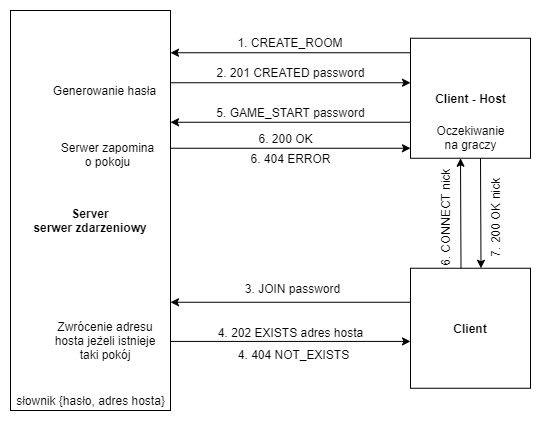
Earlier version of the draw.io export docs/Diagram komunikacji serwer-klient.png (PituchaAleksander/country-city_game). Source tidied: cells renumbered, new cells last; positions are measured from the earlier drawing's top-left corner, leaving out a move shared by most shapes. Its diagram source:
```xml
<mxGraphModel>
  <root>
    <mxCell id="0" />
    <mxCell id="1" parent="0" />
    <mxCell id="2" style="rounded=0;whiteSpace=wrap;html=1;" parent="1" vertex="1">
      <mxGeometry width="160" height="400" as="geometry" />
    </mxCell>
    <mxCell id="3" style="edgeStyle=none;rounded=0;orthogonalLoop=1;jettySize=auto;html=1;" parent="1" edge="1">
      <mxGeometry relative="1" as="geometry">
        <mxPoint x="400" y="42.2" as="sourcePoint" />
        <mxPoint x="160" y="42.2" as="targetPoint" />
      </mxGeometry>
    </mxCell>
    <mxCell id="4" style="whiteSpace=wrap;html=1;" parent="1" vertex="1">
      <mxGeometry x="400" y="27.8" width="120" height="120" as="geometry" />
    </mxCell>
    <mxCell id="5" value="1. CREATE_ROOM" style="text;html=1;strokeColor=none;fillColor=none;align=center;verticalAlign=middle;whiteSpace=wrap;rounded=0;" parent="1" vertex="1">
      <mxGeometry x="220" y="22.2" width="120" height="20" as="geometry" />
    </mxCell>
    <mxCell id="6" value="&lt;b&gt;Client - Host&lt;/b&gt;" style="text;html=1;strokeColor=none;fillColor=none;align=center;verticalAlign=middle;whiteSpace=wrap;rounded=0;" parent="1" vertex="1">
      <mxGeometry x="417.5" y="77.8" width="85" height="20" as="geometry" />
    </mxCell>
    <mxCell id="7" style="edgeStyle=none;rounded=0;orthogonalLoop=1;jettySize=auto;html=1;" parent="1" edge="1">
      <mxGeometry relative="1" as="geometry">
        <mxPoint x="160" y="72.2" as="sourcePoint" />
        <mxPoint x="400" y="72.2" as="targetPoint" />
      </mxGeometry>
    </mxCell>
    <mxCell id="8" value="&lt;b&gt;Server&lt;br&gt;serwer zdarzeniowy&lt;br&gt;&lt;/b&gt;" style="text;html=1;strokeColor=none;fillColor=none;align=center;verticalAlign=middle;whiteSpace=wrap;rounded=0;glass=0;sketch=0;shadow=0;" parent="1" vertex="1">
      <mxGeometry x="15" y="200" width="130" height="20" as="geometry" />
    </mxCell>
    <mxCell id="9" value="2. 201 CREATED password" style="text;html=1;align=center;verticalAlign=middle;strokeColor=none;" parent="1" vertex="1">
      <mxGeometry x="200" y="52.2" width="160" height="20" as="geometry" />
    </mxCell>
    <mxCell id="10" value="Generowanie hasła" style="text;html=1;strokeColor=none;fillColor=none;align=center;verticalAlign=middle;whiteSpace=wrap;rounded=0;" parent="1" vertex="1">
      <mxGeometry x="24" y="65" width="141" height="30" as="geometry" />
    </mxCell>
    <mxCell id="11" style="edgeStyle=none;rounded=0;orthogonalLoop=1;jettySize=auto;html=1;" parent="1" edge="1">
      <mxGeometry relative="1" as="geometry">
        <mxPoint x="400" y="111.8" as="sourcePoint" />
        <mxPoint x="160" y="111.8" as="targetPoint" />
      </mxGeometry>
    </mxCell>
    <mxCell id="12" value="5. GAME_START password" style="text;html=1;align=center;verticalAlign=middle;strokeColor=none;" parent="1" vertex="1">
      <mxGeometry x="200" y="91.8" width="160" height="20" as="geometry" />
    </mxCell>
    <mxCell id="13" style="edgeStyle=orthogonalEdgeStyle;rounded=0;orthogonalLoop=1;jettySize=auto;html=1;exitX=0.5;exitY=1;exitDx=0;exitDy=0;" parent="1" edge="1" source="10" target="10">
      <mxGeometry relative="1" as="geometry" />
    </mxCell>
    <mxCell id="14" value="Serwer zapomina o pokoju" style="text;html=1;strokeColor=none;fillColor=none;align=center;verticalAlign=middle;whiteSpace=wrap;rounded=0;" parent="1" vertex="1">
      <mxGeometry x="44.5" y="134" width="105" height="20" as="geometry" />
    </mxCell>
    <mxCell id="15" style="whiteSpace=wrap;html=1;" parent="1" vertex="1">
      <mxGeometry x="400" y="257.8" width="120" height="120" as="geometry" />
    </mxCell>
    <mxCell id="16" value="&lt;b&gt;Client&lt;/b&gt;" style="text;html=1;strokeColor=none;fillColor=none;align=center;verticalAlign=middle;whiteSpace=wrap;rounded=0;" parent="1" vertex="1">
      <mxGeometry x="425" y="307.8" width="70" height="20" as="geometry" />
    </mxCell>
    <mxCell id="17" value="3. JOIN password" style="text;html=1;strokeColor=none;fillColor=none;align=center;verticalAlign=middle;whiteSpace=wrap;rounded=0;" parent="1" vertex="1">
      <mxGeometry x="225" y="267.8" width="115" height="20" as="geometry" />
    </mxCell>
    <mxCell id="18" style="edgeStyle=none;rounded=0;orthogonalLoop=1;jettySize=auto;html=1;" parent="1" edge="1">
      <mxGeometry relative="1" as="geometry">
        <mxPoint x="400" y="291.8" as="sourcePoint" />
        <mxPoint x="160" y="291.8" as="targetPoint" />
      </mxGeometry>
    </mxCell>
    <mxCell id="19" style="edgeStyle=none;rounded=0;orthogonalLoop=1;jettySize=auto;html=1;" parent="1" edge="1">
      <mxGeometry relative="1" as="geometry">
        <mxPoint x="160" y="330.9" as="sourcePoint" />
        <mxPoint x="400" y="330.9" as="targetPoint" />
      </mxGeometry>
    </mxCell>
    <mxCell id="20" value="4. 202 EXISTS adres hosta" style="text;html=1;align=center;verticalAlign=middle;strokeColor=none;" parent="1" vertex="1">
      <mxGeometry x="200" y="311.8" width="160" height="20" as="geometry" />
    </mxCell>
    <mxCell id="21" value="Zwrócenie adresu hosta jeżeli istnieje taki pokój" style="text;html=1;strokeColor=none;fillColor=none;align=center;verticalAlign=middle;whiteSpace=wrap;rounded=0;" parent="1" vertex="1">
      <mxGeometry x="34.5" y="320" width="120" height="20" as="geometry" />
    </mxCell>
    <mxCell id="22" value="słownik {hasło, adres hosta}" style="text;html=1;align=center;verticalAlign=middle;strokeColor=none;" parent="1" vertex="1">
      <mxGeometry y="380" width="160" height="20" as="geometry" />
    </mxCell>
    <mxCell id="23" value="&lt;font&gt;&lt;font style=&quot;font-size: 12px&quot;&gt;6. CONNECT nick&lt;/font&gt;&lt;br&gt;&lt;/font&gt;" style="text;html=1;align=center;verticalAlign=middle;strokeColor=none;rotation=-90;" parent="1" vertex="1">
      <mxGeometry x="380" y="197.8" width="110" height="20" as="geometry" />
    </mxCell>
    <mxCell id="24" style="edgeStyle=none;rounded=0;orthogonalLoop=1;jettySize=auto;html=1;" parent="1" edge="1">
      <mxGeometry relative="1" as="geometry">
        <mxPoint x="470" y="147.8" as="sourcePoint" />
        <mxPoint x="470.5" y="257.8" as="targetPoint" />
      </mxGeometry>
    </mxCell>
    <mxCell id="25" value="7. 200 OK nick" style="text;html=1;align=center;verticalAlign=middle;strokeColor=none;rotation=-90;" parent="1" vertex="1">
      <mxGeometry x="440" y="197.8" width="90" height="20" as="geometry" />
    </mxCell>
    <mxCell id="26" value="4. 404 NOT_EXISTS" style="text;html=1;align=center;verticalAlign=middle;strokeColor=none;" parent="1" vertex="1">
      <mxGeometry x="217.5" y="334" width="130" height="20" as="geometry" />
    </mxCell>
    <mxCell id="27" style="edgeStyle=none;rounded=0;orthogonalLoop=1;jettySize=auto;html=1;" parent="1" edge="1">
      <mxGeometry relative="1" as="geometry">
        <mxPoint x="450.5" y="257.8" as="sourcePoint" />
        <mxPoint x="450" y="147.8" as="targetPoint" />
      </mxGeometry>
    </mxCell>
    <mxCell id="28" style="edgeStyle=none;rounded=0;orthogonalLoop=1;jettySize=auto;html=1;" parent="1" edge="1">
      <mxGeometry relative="1" as="geometry">
        <mxPoint x="160" y="137.8" as="sourcePoint" />
        <mxPoint x="400" y="137.8" as="targetPoint" />
      </mxGeometry>
    </mxCell>
    <mxCell id="29" value="6. 200 OK" style="text;html=1;align=center;verticalAlign=middle;strokeColor=none;" parent="1" vertex="1">
      <mxGeometry x="240" y="117.8" width="70" height="20" as="geometry" />
    </mxCell>
    <mxCell id="30" value="6. 404 ERROR" style="text;html=1;align=center;verticalAlign=middle;strokeColor=none;" parent="1" vertex="1">
      <mxGeometry x="230" y="137.8" width="100" height="20" as="geometry" />
    </mxCell>
    <mxCell id="31" value="Oczekiwanie&lt;br&gt;na graczy" style="text;html=1;align=center;verticalAlign=middle;strokeColor=none;" parent="1" vertex="1">
      <mxGeometry x="420" y="111.8" width="80" height="30" as="geometry" />
    </mxCell>
  </root>
</mxGraphModel>
```
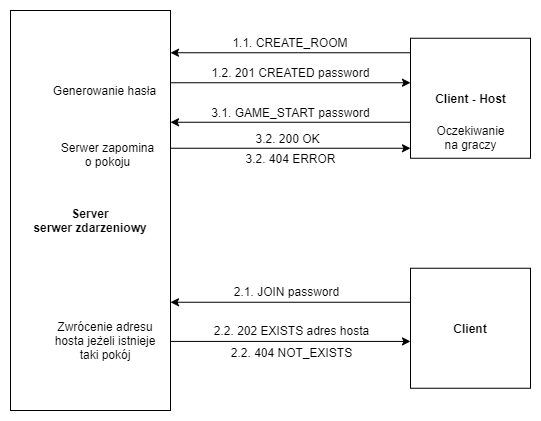
After the commit.

The edit, as a diff of the source:
```diff
@@ -14,7 +14,7 @@
     <mxCell id="4" style="whiteSpace=wrap;html=1;" parent="1" vertex="1">
       <mxGeometry x="400" y="27.8" width="120" height="120" as="geometry" />
     </mxCell>
-    <mxCell id="5" value="1. CREATE_ROOM" style="text;html=1;strokeColor=none;fillColor=none;align=center;verticalAlign=middle;whiteSpace=wrap;rounded=0;" parent="1" vertex="1">
+    <mxCell id="5" value="1.1. CREATE_ROOM" style="text;html=1;strokeColor=none;fillColor=none;align=center;verticalAlign=middle;whiteSpace=wrap;rounded=0;" parent="1" vertex="1">
       <mxGeometry x="220" y="22.2" width="120" height="20" as="geometry" />
     </mxCell>
     <mxCell id="6" value="&lt;b&gt;Client - Host&lt;/b&gt;" style="text;html=1;strokeColor=none;fillColor=none;align=center;verticalAlign=middle;whiteSpace=wrap;rounded=0;" parent="1" vertex="1">
@@ -29,8 +29,8 @@
     <mxCell id="8" value="&lt;b&gt;Server&lt;br&gt;serwer zdarzeniowy&lt;br&gt;&lt;/b&gt;" style="text;html=1;strokeColor=none;fillColor=none;align=center;verticalAlign=middle;whiteSpace=wrap;rounded=0;glass=0;sketch=0;shadow=0;" parent="1" vertex="1">
       <mxGeometry x="15" y="200" width="130" height="20" as="geometry" />
     </mxCell>
-    <mxCell id="9" value="2. 201 CREATED password" style="text;html=1;align=center;verticalAlign=middle;strokeColor=none;" parent="1" vertex="1">
-      <mxGeometry x="200" y="52.2" width="160" height="20" as="geometry" />
+    <mxCell id="9" value="1.2. 201 CREATED password" style="text;html=1;align=center;verticalAlign=middle;strokeColor=none;" parent="1" vertex="1">
+      <mxGeometry x="195" y="52.2" width="170" height="20" as="geometry" />
     </mxCell>
     <mxCell id="10" value="Generowanie hasła" style="text;html=1;strokeColor=none;fillColor=none;align=center;verticalAlign=middle;whiteSpace=wrap;rounded=0;" parent="1" vertex="1">
       <mxGeometry x="24" y="65" width="141" height="30" as="geometry" />
@@ -41,8 +41,8 @@
         <mxPoint x="160" y="111.8" as="targetPoint" />
       </mxGeometry>
     </mxCell>
-    <mxCell id="12" value="5. GAME_START password" style="text;html=1;align=center;verticalAlign=middle;strokeColor=none;" parent="1" vertex="1">
-      <mxGeometry x="200" y="91.8" width="160" height="20" as="geometry" />
+    <mxCell id="12" value="3.1. GAME_START password" style="text;html=1;align=center;verticalAlign=middle;strokeColor=none;" parent="1" vertex="1">
+      <mxGeometry x="195" y="91.8" width="170" height="20" as="geometry" />
     </mxCell>
     <mxCell id="13" style="edgeStyle=orthogonalEdgeStyle;rounded=0;orthogonalLoop=1;jettySize=auto;html=1;exitX=0.5;exitY=1;exitDx=0;exitDy=0;" parent="1" edge="1" source="10" target="10">
       <mxGeometry relative="1" as="geometry" />
@@ -56,8 +56,8 @@
     <mxCell id="16" value="&lt;b&gt;Client&lt;/b&gt;" style="text;html=1;strokeColor=none;fillColor=none;align=center;verticalAlign=middle;whiteSpace=wrap;rounded=0;" parent="1" vertex="1">
       <mxGeometry x="425" y="307.8" width="70" height="20" as="geometry" />
     </mxCell>
-    <mxCell id="17" value="3. JOIN password" style="text;html=1;strokeColor=none;fillColor=none;align=center;verticalAlign=middle;whiteSpace=wrap;rounded=0;" parent="1" vertex="1">
-      <mxGeometry x="225" y="267.8" width="115" height="20" as="geometry" />
+    <mxCell id="17" value="2.1. JOIN password" style="text;html=1;strokeColor=none;fillColor=none;align=center;verticalAlign=middle;whiteSpace=wrap;rounded=0;" parent="1" vertex="1">
+      <mxGeometry x="219" y="271" width="115" height="20" as="geometry" />
     </mxCell>
     <mxCell id="18" style="edgeStyle=none;rounded=0;orthogonalLoop=1;jettySize=auto;html=1;" parent="1" edge="1">
       <mxGeometry relative="1" as="geometry">
@@ -71,47 +71,26 @@
         <mxPoint x="400" y="330.9" as="targetPoint" />
       </mxGeometry>
     </mxCell>
-    <mxCell id="20" value="4. 202 EXISTS adres hosta" style="text;html=1;align=center;verticalAlign=middle;strokeColor=none;" parent="1" vertex="1">
-      <mxGeometry x="200" y="311.8" width="160" height="20" as="geometry" />
+    <mxCell id="20" value="2.2. 202 EXISTS adres hosta" style="text;html=1;align=center;verticalAlign=middle;strokeColor=none;" parent="1" vertex="1">
+      <mxGeometry x="196" y="310" width="170" height="20" as="geometry" />
     </mxCell>
     <mxCell id="21" value="Zwrócenie adresu hosta jeżeli istnieje taki pokój" style="text;html=1;strokeColor=none;fillColor=none;align=center;verticalAlign=middle;whiteSpace=wrap;rounded=0;" parent="1" vertex="1">
       <mxGeometry x="34.5" y="320" width="120" height="20" as="geometry" />
     </mxCell>
-    <mxCell id="22" value="słownik {hasło, adres hosta}" style="text;html=1;align=center;verticalAlign=middle;strokeColor=none;" parent="1" vertex="1">
-      <mxGeometry y="380" width="160" height="20" as="geometry" />
-    </mxCell>
-    <mxCell id="23" value="&lt;font&gt;&lt;font style=&quot;font-size: 12px&quot;&gt;6. CONNECT nick&lt;/font&gt;&lt;br&gt;&lt;/font&gt;" style="text;html=1;align=center;verticalAlign=middle;strokeColor=none;rotation=-90;" parent="1" vertex="1">
-      <mxGeometry x="380" y="197.8" width="110" height="20" as="geometry" />
-    </mxCell>
-    <mxCell id="24" style="edgeStyle=none;rounded=0;orthogonalLoop=1;jettySize=auto;html=1;" parent="1" edge="1">
-      <mxGeometry relative="1" as="geometry">
-        <mxPoint x="470" y="147.8" as="sourcePoint" />
-        <mxPoint x="470.5" y="257.8" as="targetPoint" />
-      </mxGeometry>
-    </mxCell>
-    <mxCell id="25" value="7. 200 OK nick" style="text;html=1;align=center;verticalAlign=middle;strokeColor=none;rotation=-90;" parent="1" vertex="1">
-      <mxGeometry x="440" y="197.8" width="90" height="20" as="geometry" />
-    </mxCell>
-    <mxCell id="26" value="4. 404 NOT_EXISTS" style="text;html=1;align=center;verticalAlign=middle;strokeColor=none;" parent="1" vertex="1">
-      <mxGeometry x="217.5" y="334" width="130" height="20" as="geometry" />
+    <mxCell id="26" value="2.2. 404 NOT_EXISTS" style="text;html=1;align=center;verticalAlign=middle;strokeColor=none;" parent="1" vertex="1">
+      <mxGeometry x="211" y="332" width="140" height="20" as="geometry" />
     </mxCell>
-    <mxCell id="27" style="edgeStyle=none;rounded=0;orthogonalLoop=1;jettySize=auto;html=1;" parent="1" edge="1">
-      <mxGeometry relative="1" as="geometry">
-        <mxPoint x="450.5" y="257.8" as="sourcePoint" />
-        <mxPoint x="450" y="147.8" as="targetPoint" />
-      </mxGeometry>
-    </mxCell>
     <mxCell id="28" style="edgeStyle=none;rounded=0;orthogonalLoop=1;jettySize=auto;html=1;" parent="1" edge="1">
       <mxGeometry relative="1" as="geometry">
         <mxPoint x="160" y="137.8" as="sourcePoint" />
         <mxPoint x="400" y="137.8" as="targetPoint" />
       </mxGeometry>
     </mxCell>
-    <mxCell id="29" value="6. 200 OK" style="text;html=1;align=center;verticalAlign=middle;strokeColor=none;" parent="1" vertex="1">
-      <mxGeometry x="240" y="117.8" width="70" height="20" as="geometry" />
+    <mxCell id="29" value="3.2. 200 OK" style="text;html=1;align=center;verticalAlign=middle;strokeColor=none;" parent="1" vertex="1">
+      <mxGeometry x="237" y="117.8" width="80" height="20" as="geometry" />
     </mxCell>
-    <mxCell id="30" value="6. 404 ERROR" style="text;html=1;align=center;verticalAlign=middle;strokeColor=none;" parent="1" vertex="1">
-      <mxGeometry x="230" y="137.8" width="100" height="20" as="geometry" />
+    <mxCell id="30" value="3.2. 404 ERROR" style="text;html=1;align=center;verticalAlign=middle;strokeColor=none;" parent="1" vertex="1">
+      <mxGeometry x="225" y="137.8" width="110" height="20" as="geometry" />
     </mxCell>
     <mxCell id="31" value="Oczekiwanie&lt;br&gt;na graczy" style="text;html=1;align=center;verticalAlign=middle;strokeColor=none;" parent="1" vertex="1">
       <mxGeometry x="420" y="111.8" width="80" height="30" as="geometry" />
```
